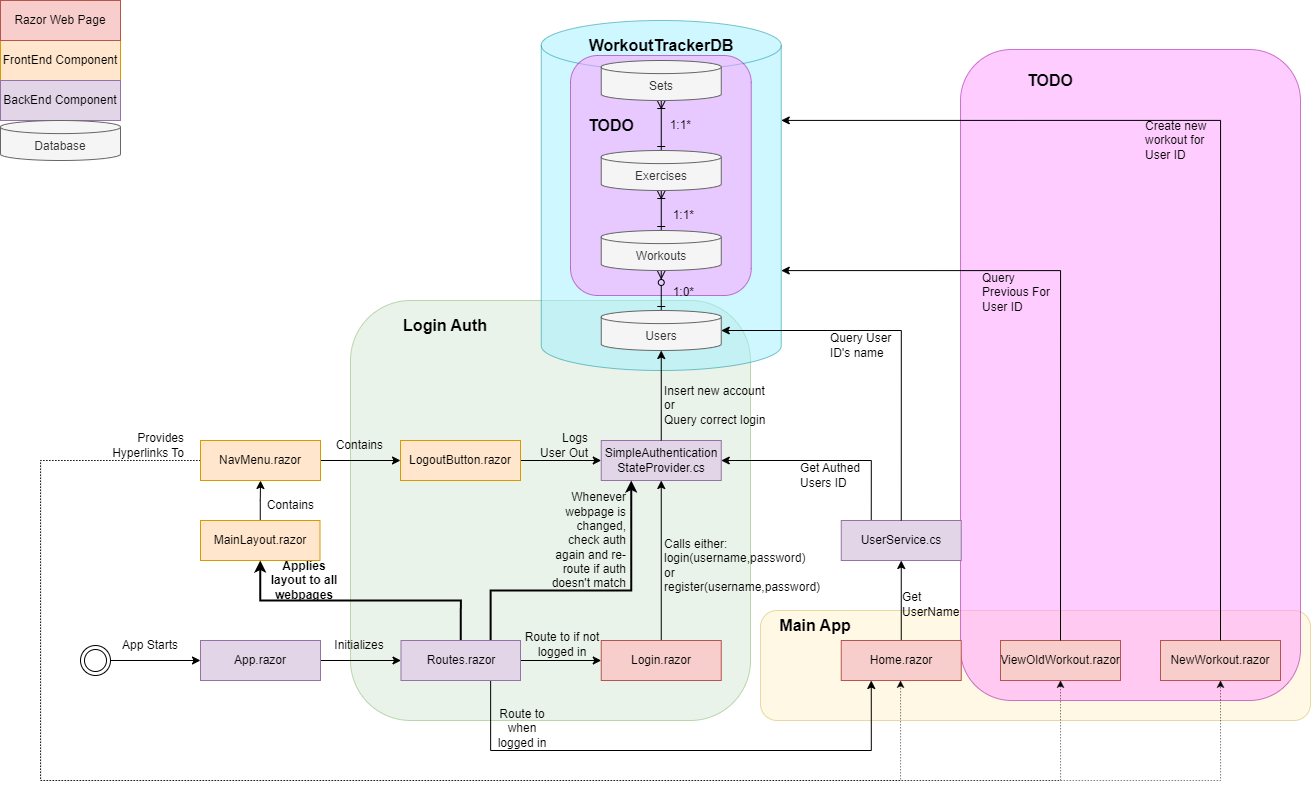
This is docs/images/WorkOuts.drawio.png from danielmusselwhite/WorkoutWebApp, a draw.io export, as it was before one commit. Source tidied: cells renumbered, new cells last; positions are measured from the earlier drawing's top-left corner, leaving out a move shared by most shapes.
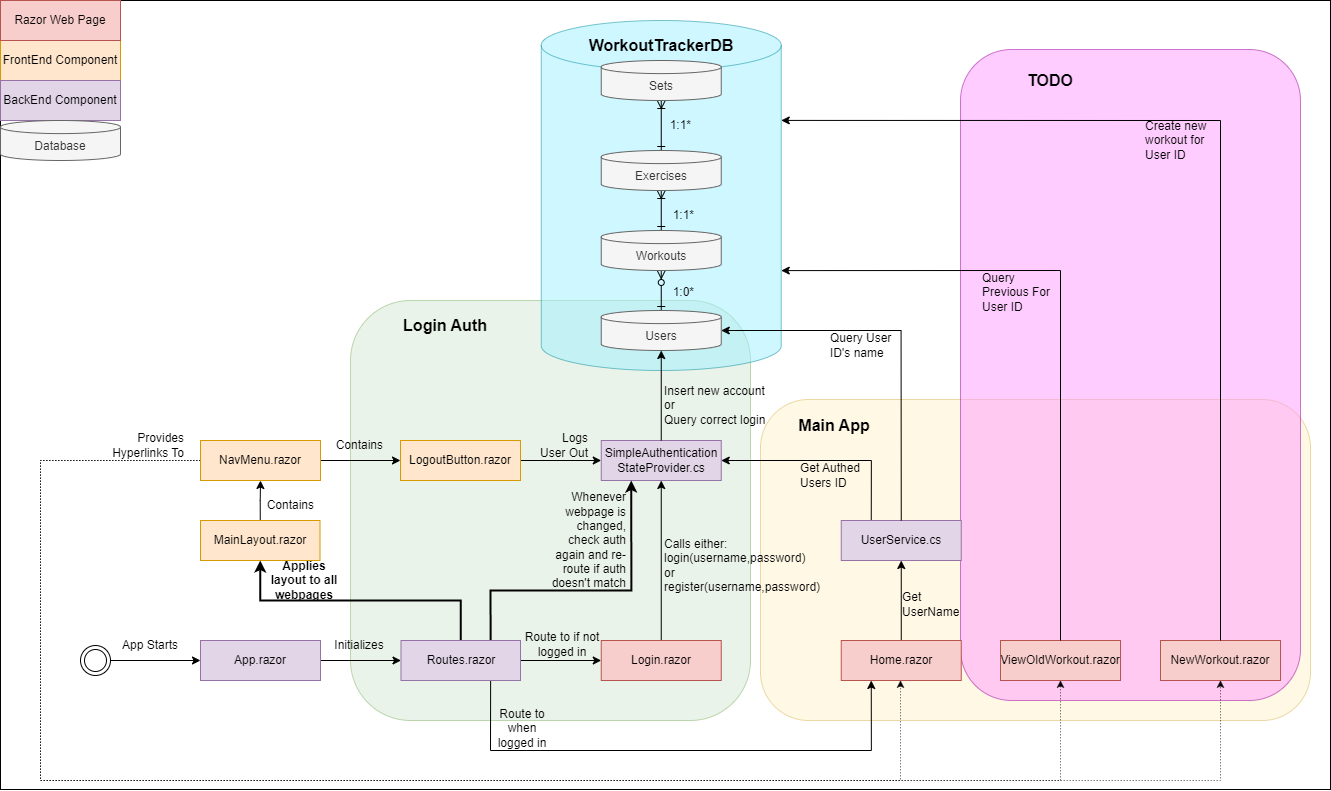
After the commit.

Change to the diagram source:
```diff
@@ -2,11 +2,14 @@
   <root>
     <mxCell id="0" />
     <mxCell id="1" parent="0" />
+    <mxCell id="74" style="rounded=0;whiteSpace=wrap;html=1;" parent="1" vertex="1">
+      <mxGeometry width="1330" height="789" as="geometry" />
+    </mxCell>
     <mxCell id="2" style="rounded=1;whiteSpace=wrap;html=1;fillColor=#d5e8d4;strokeColor=#82b366;opacity=50;" parent="1" vertex="1">
       <mxGeometry x="350" y="300" width="400" height="420" as="geometry" />
     </mxCell>
     <mxCell id="3" style="rounded=1;whiteSpace=wrap;html=1;fillColor=#fff2cc;strokeColor=#d6b656;opacity=50;" parent="1" vertex="1">
-      <mxGeometry x="760" y="610" width="550" height="110" as="geometry" />
+      <mxGeometry x="760" y="399" width="550" height="321" as="geometry" />
     </mxCell>
     <mxCell id="4" style="rounded=1;whiteSpace=wrap;html=1;fillColor=#FF99FF;strokeColor=#990099;opacity=50;" parent="1" vertex="1">
       <mxGeometry x="960" y="49" width="340" height="651" as="geometry" />
@@ -14,9 +17,6 @@
     <mxCell id="5" style="shape=cylinder3;whiteSpace=wrap;html=1;boundedLbl=1;backgroundOutline=1;size=24.82099151611328;fillColor=#9EEFFF;fontColor=default;strokeColor=#008A99;rounded=1;opacity=50;align=center;verticalAlign=middle;fontFamily=Helvetica;fontSize=12;" parent="1" vertex="1">
       <mxGeometry x="540.8" y="20" width="240" height="350" as="geometry" />
     </mxCell>
-    <mxCell id="6" style="rounded=1;whiteSpace=wrap;html=1;fillColor=#FF99FF;strokeColor=#990099;opacity=50;" parent="1" vertex="1">
-      <mxGeometry x="570" y="55" width="180.8" height="240" as="geometry" />
-    </mxCell>
     <mxCell id="7" style="edgeStyle=orthogonalEdgeStyle;rounded=0;jettySize=auto;html=1;exitX=0.5;exitY=0;exitDx=0;exitDy=0;entryX=0.5;entryY=1;entryDx=0;entryDy=0;" parent="1" edge="1" source="8" target="18">
       <mxGeometry relative="1" as="geometry" />
     </mxCell>
@@ -167,7 +167,7 @@
       <mxGeometry x="1000" y="640" width="120" height="40" as="geometry" />
     </mxCell>
     <mxCell id="47" value="&lt;span style=&quot;&quot;&gt;&lt;font style=&quot;font-size: 16px;&quot;&gt;&lt;b&gt;Main App&lt;/b&gt;&lt;/font&gt;&lt;/span&gt;" style="text;html=1;align=center;verticalAlign=middle;whiteSpace=wrap;rounded=0;fontStyle=0;" parent="1" vertex="1">
-      <mxGeometry x="770" y="610" width="90" height="30" as="geometry" />
+      <mxGeometry x="789" y="410" width="90" height="30" as="geometry" />
     </mxCell>
     <mxCell id="48" value="NewWorkout.razor" style="rounded=0;whiteSpace=wrap;html=1;fillColor=#f8cecc;strokeColor=#b85450;" parent="1" vertex="1">
       <mxGeometry x="1160" y="640" width="120" height="40" as="geometry" />
@@ -211,9 +211,6 @@
     <mxCell id="61" value="1:1*" style="text;html=1;align=right;verticalAlign=middle;whiteSpace=wrap;rounded=0;" parent="1" vertex="1">
       <mxGeometry x="662.8" y="110" width="30" height="30" as="geometry" />
     </mxCell>
-    <mxCell id="62" value="&lt;span style=&quot;&quot;&gt;&lt;font style=&quot;font-size: 16px;&quot;&gt;&lt;b&gt;TODO&lt;/b&gt;&lt;/font&gt;&lt;/span&gt;" style="text;html=1;align=center;verticalAlign=middle;whiteSpace=wrap;rounded=0;fontStyle=0;" parent="1" vertex="1">
-      <mxGeometry x="570.8" y="110" width="80" height="30" as="geometry" />
-    </mxCell>
     <mxCell id="63" value="&lt;span style=&quot;&quot;&gt;&lt;font style=&quot;font-size: 16px;&quot;&gt;&lt;b&gt;TODO&lt;/b&gt;&lt;/font&gt;&lt;/span&gt;" style="text;html=1;align=center;verticalAlign=middle;whiteSpace=wrap;rounded=0;fontStyle=0;" parent="1" vertex="1">
       <mxGeometry x="1010" y="65" width="80" height="30" as="geometry" />
     </mxCell>
```
